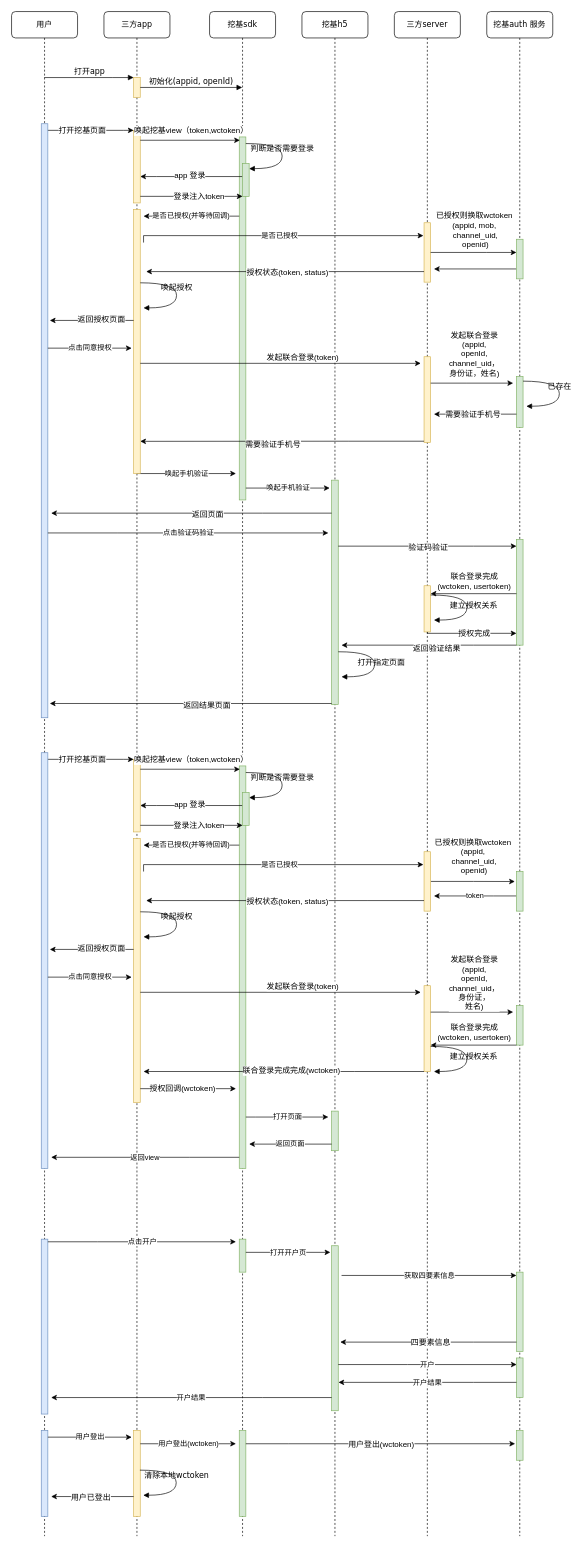
Before: 授权接入-new.drawio in ytyszxf/angular2-webpack-starter, a draw.io diagram. Source tidied: cells renumbered, new cells numbered last; positions are measured from the earlier drawing's top-left corner, leaving out a move shared by most shapes. Both pictures are drawn from the tidied source at 66%, with x=0, y=0 at pixel (11, 11).
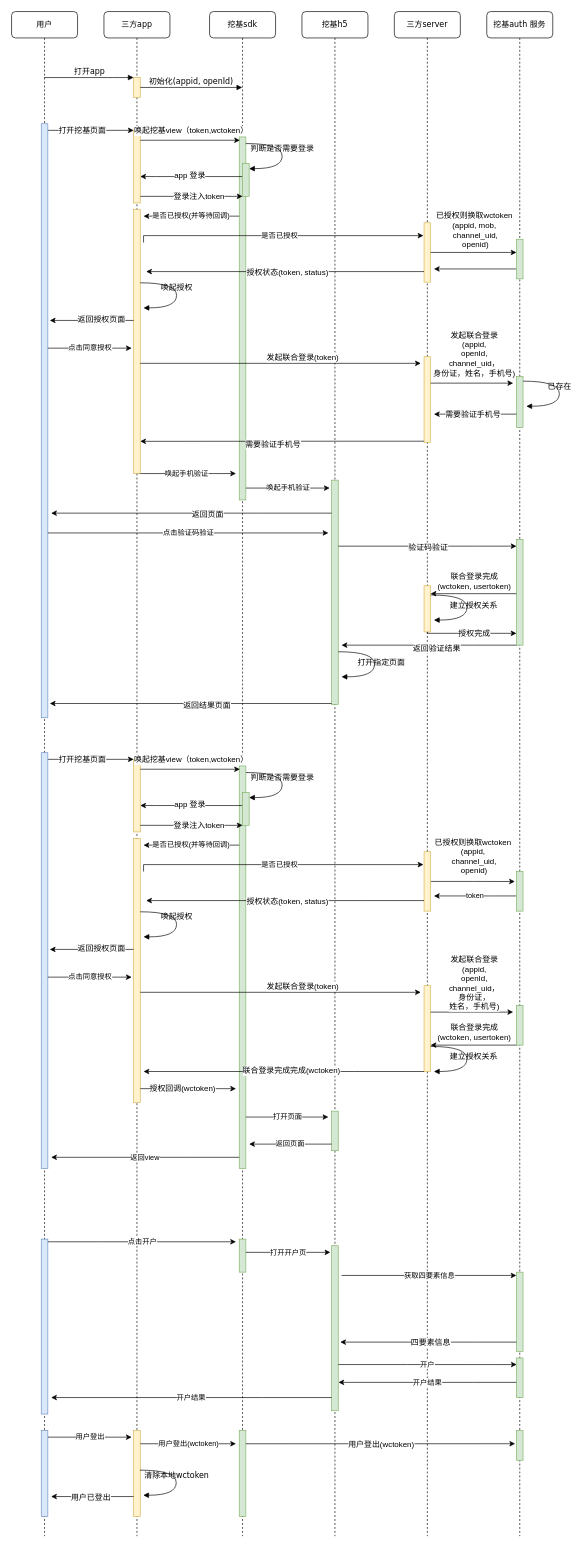
The same page after the edit.

The change refers to these unchanged cells:
```xml
<mxCell id="46" style="edgeStyle=orthogonalEdgeStyle;rounded=0;jettySize=auto;html=1;" parent="1" edge="1" source="16">
  <mxGeometry relative="1" as="geometry">
    <mxPoint x="760" y="563" as="targetPoint" />
    <Array as="points">
      <mxPoint x="690" y="563" />
      <mxPoint x="690" y="563" />
    </Array>
  </mxGeometry>
</mxCell>
<mxCell id="119" style="edgeStyle=orthogonalEdgeStyle;rounded=0;jettySize=auto;html=1;" parent="1" edge="1" source="97">
  <mxGeometry relative="1" as="geometry">
    <mxPoint x="760" y="1516" as="targetPoint" />
    <Array as="points">
      <mxPoint x="690" y="1516" />
      <mxPoint x="690" y="1516" />
    </Array>
  </mxGeometry>
</mxCell>
```

What changed in the source:
```diff
@@
-    <mxCell id="47" value="发起联合登录&lt;br&gt;(appid, &lt;br&gt;openId, &lt;br&gt;channel_uid，&lt;br&gt;身份证，姓名)" style="text;html=1;align=center;verticalAlign=middle;labelBackgroundColor=#ffffff;" parent="46" vertex="1">
+    <mxCell id="47" value="发起联合登录&lt;br&gt;(appid, &lt;br&gt;openId, &lt;br&gt;channel_uid，&lt;br&gt;身份证，姓名，手机号)" style="text;html=1;align=center;verticalAlign=middle;labelBackgroundColor=#ffffff;" parent="46" vertex="1">
       <mxGeometry x="-0.2" relative="1" as="geometry">
         <mxPoint x="15" y="-45" as="offset" />
       </mxGeometry>
     </mxCell>
@@
-    <mxCell id="120" value="发起联合登录&lt;br&gt;(appid, &lt;br&gt;openId, &lt;br&gt;channel_uid，&lt;br&gt;身份证，&lt;br&gt;姓名)" style="text;html=1;align=center;verticalAlign=middle;labelBackgroundColor=#ffffff;" parent="119" vertex="1">
+    <mxCell id="120" value="发起联合登录&lt;br&gt;(appid, &lt;br&gt;openId, &lt;br&gt;channel_uid，&lt;br&gt;身份证，&lt;br&gt;姓名，手机号)" style="text;html=1;align=center;verticalAlign=middle;labelBackgroundColor=#ffffff;" parent="119" vertex="1">
       <mxGeometry x="-0.2" relative="1" as="geometry">
         <mxPoint x="15" y="-45" as="offset" />
       </mxGeometry>
     </mxCell>
```
